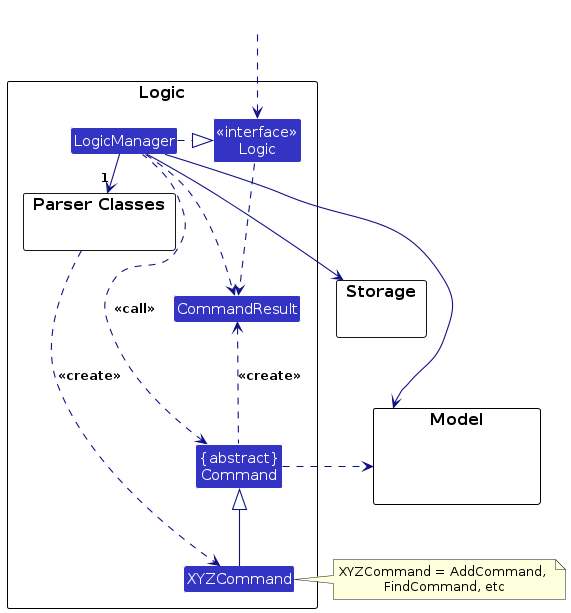
Earlier version of the PlantUML export diagrams/LogicClassDiagram.png (AY2627S1-CS2103T-W13-4/tp). Its source is kept beside it as diagrams/LogicClassDiagram.puml.
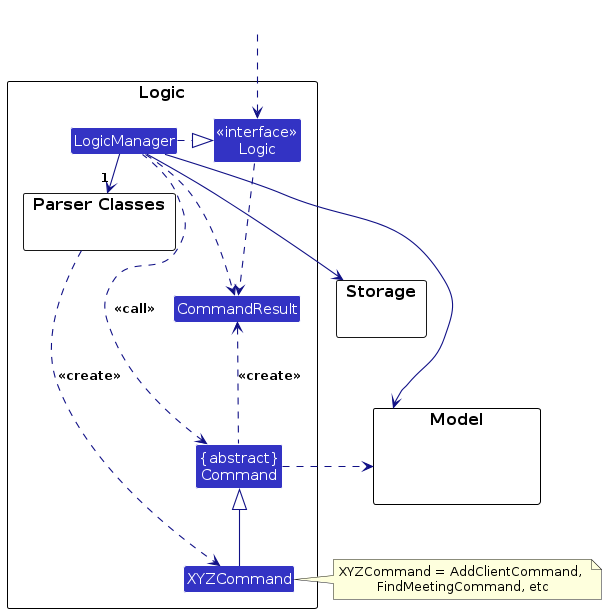
The same diagram one commit later.

What changed in the source:
```diff
@@ -39,7 +39,7 @@
 Storage --[hidden] Model
 Command .[hidden]up.> Storage
 Command .right.> Model
-note right of XYZCommand: XYZCommand = AddCommand, \nFindCommand, etc
+note right of XYZCommand: XYZCommand = AddClientCommand, \nFindMeetingCommand, etc
 
 Logic ..> CommandResult
 LogicManager .down.> CommandResult
```
